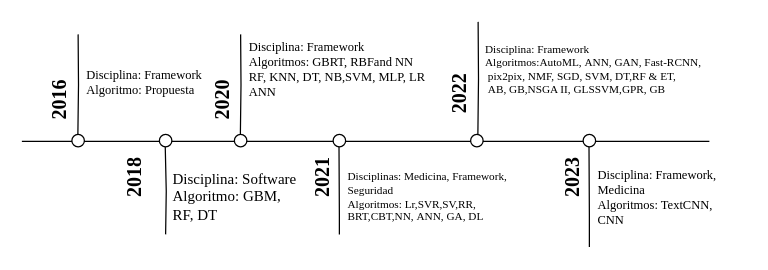
Before: timeLine.drawio in harlock/Diagramas, a draw.io diagram. Source tidied: cells renumbered, new cells numbered last; positions are measured from the earlier drawing's top-left corner, leaving out a move shared by most shapes. Both pictures are drawn from the tidied source at 125%, with x=0, y=0 at pixel (21, 21).
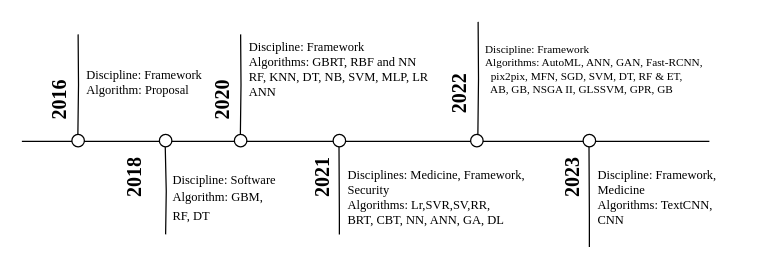
After the change.

What changed in the source:
```diff
@@
-    <mxCell id="6" value="&lt;font style=&quot;font-size: 10px;&quot;&gt;Disciplina: Framework&lt;br style=&quot;font-size: 10px;&quot;&gt;Algoritmo: Propuesta&lt;/font&gt;" style="text;html=1;align=left;verticalAlign=middle;strokeColor=none;fillColor=none;fontSize=10;fontFamily=Times New Roman;" parent="1" vertex="1">
+    <mxCell id="6" value="Discipline: Framework&lt;br&gt;Algorithm: Proposal" style="text;html=1;align=left;verticalAlign=middle;strokeColor=none;fillColor=none;fontSize=10;fontFamily=Times New Roman;" parent="1" vertex="1">
       <mxGeometry x="50" y="28" width="120" height="40" as="geometry" />
     </mxCell>
@@
-    <mxCell id="10" value="&lt;font style=&quot;font-size: 12px;&quot;&gt;Disciplina: Software&lt;br style=&quot;font-size: 12px;&quot;&gt;Algoritmo:&amp;nbsp;GBM, &lt;br style=&quot;font-size: 12px;&quot;&gt;RF, DT&lt;/font&gt;" style="text;html=1;align=left;verticalAlign=middle;strokeColor=none;fillColor=none;fontSize=12;fontFamily=Times New Roman;" parent="1" vertex="1">
-      <mxGeometry x="119" y="110" width="120" height="60" as="geometry" />
+    <mxCell id="10" value="&lt;font style=&quot;font-size: 10px;&quot;&gt;Discipline: Software&lt;br&gt;Algorithm: GBM,&lt;br&gt;RF, DT&lt;/font&gt;" style="text;html=1;align=left;verticalAlign=middle;strokeColor=none;fillColor=none;fontSize=12;fontFamily=Times New Roman;" parent="1" vertex="1">
+      <mxGeometry x="119" y="110" width="110" height="60" as="geometry" />
     </mxCell>
@@
-    <mxCell id="14" value="&lt;font style=&quot;font-size: 10px;&quot;&gt;Disciplina: Framework&lt;br style=&quot;font-size: 10px;&quot;&gt;Algoritmos:&amp;nbsp;GBRT, R&lt;span style=&quot;background-color: initial; font-size: 10px;&quot;&gt;BFand NN&amp;nbsp;&lt;/span&gt;&lt;br style=&quot;font-size: 10px;&quot;&gt;&lt;/font&gt;&lt;font style=&quot;font-size: 10px;&quot;&gt;RF, KNN, DT, NB,SVM, MLP, LR&lt;br style=&quot;font-size: 10px;&quot;&gt;ANN&lt;/font&gt;" style="text;html=1;align=left;verticalAlign=middle;strokeColor=none;fillColor=none;fontSize=10;fontFamily=Times New Roman;" parent="1" vertex="1">
-      <mxGeometry x="180" y="8" width="160" height="60" as="geometry" />
+    <mxCell id="14" value="Discipline: Framework&lt;br&gt;Algorithms: GBRT, RBF and NN&lt;br&gt;RF, KNN, DT, NB, SVM, MLP, LR&lt;br&gt;ANN" style="text;html=1;align=left;verticalAlign=middle;strokeColor=none;fillColor=none;fontSize=10;fontFamily=Times New Roman;" parent="1" vertex="1">
+      <mxGeometry x="180" y="8" width="170" height="60" as="geometry" />
     </mxCell>
@@
-    <mxCell id="18" value="Disciplinas: Medicina, Framework,&lt;br&gt;Seguridad&lt;br style=&quot;font-size: 9px;&quot;&gt;Algoritmos:&amp;nbsp;Lr,SVR,SV,RR,&lt;br style=&quot;font-size: 9px;&quot;&gt;&lt;div style=&quot;font-size: 9px;&quot;&gt;&lt;span style=&quot;background-color: initial; font-size: 9px;&quot;&gt;BRT,CBT,NN,&amp;nbsp;&lt;/span&gt;&lt;span style=&quot;background-color: initial;&quot;&gt;ANN,&amp;nbsp;&lt;/span&gt;&lt;span style=&quot;background-color: initial;&quot;&gt;GA, DL&lt;/span&gt;&lt;/div&gt;" style="text;html=1;align=left;verticalAlign=middle;strokeColor=none;fillColor=none;fontSize=9;fontFamily=Times New Roman;" parent="1" vertex="1">
-      <mxGeometry x="259" y="110" width="150" height="60" as="geometry" />
+    <mxCell id="18" value="&lt;font style=&quot;font-size: 10px;&quot;&gt;Disciplines: Medicine, Framework,&lt;br&gt;Security&lt;br&gt;Algorithms: Lr,SVR,SV,RR,&lt;br&gt;BRT, CBT, NN, ANN, GA, DL&lt;/font&gt;" style="text;html=1;align=left;verticalAlign=middle;strokeColor=none;fillColor=none;fontSize=9;fontFamily=Times New Roman;" parent="1" vertex="1">
+      <mxGeometry x="259" y="110" width="170" height="60" as="geometry" />
     </mxCell>
@@
-    <mxCell id="22" value="Disciplina: Framework&lt;br style=&quot;font-size: 9px;&quot;&gt;Algoritmos:AutoML,&amp;nbsp;ANN,&amp;nbsp;GAN, Fast-RCNN,&lt;br style=&quot;font-size: 9px;&quot;&gt;&amp;nbsp;pix2pix,&amp;nbsp;NMF, SGD,&amp;nbsp;SVM, DT,RF &amp;amp; ET,&lt;br style=&quot;font-size: 9px;&quot;&gt;&amp;nbsp;AB, GB,NSGA II, GLSSVM,GPR, GB" style="text;html=1;align=left;verticalAlign=middle;strokeColor=none;fillColor=none;fontSize=9;fontFamily=Times New Roman;" parent="1" vertex="1">
+    <mxCell id="22" value="Discipline: Framework&lt;br&gt;Algorithms: AutoML, ANN, GAN, Fast-RCNN,&lt;br&gt;&amp;nbsp; pix2pix, MFN, SGD, SVM, DT, RF &amp;amp; ET,&lt;br&gt;&amp;nbsp; AB, GB, NSGA II, GLSSVM, GPR, GB" style="text;html=1;align=left;verticalAlign=middle;strokeColor=none;fillColor=none;fontSize=9;fontFamily=Times New Roman;" parent="1" vertex="1">
       <mxGeometry x="369" y="8" width="200" height="60" as="geometry" />
     </mxCell>
@@
-    <mxCell id="26" value="Disciplina: Framework, &lt;br style=&quot;font-size: 10px;&quot;&gt;Medicina&lt;br style=&quot;font-size: 10px;&quot;&gt;Algoritmos: TextCNN, &lt;br style=&quot;font-size: 10px;&quot;&gt;CNN" style="text;html=1;align=left;verticalAlign=middle;strokeColor=none;fillColor=none;fontSize=10;fontFamily=Times New Roman;" parent="1" vertex="1">
+    <mxCell id="26" value="Discipline: Framework,&lt;br&gt;Medicine&lt;br&gt;Algorithms: TextCNN,&lt;br&gt;CNN" style="text;html=1;align=left;verticalAlign=middle;strokeColor=none;fillColor=none;fontSize=10;fontFamily=Times New Roman;" parent="1" vertex="1">
       <mxGeometry x="459" y="110" width="120" height="60" as="geometry" />
     </mxCell>
```
